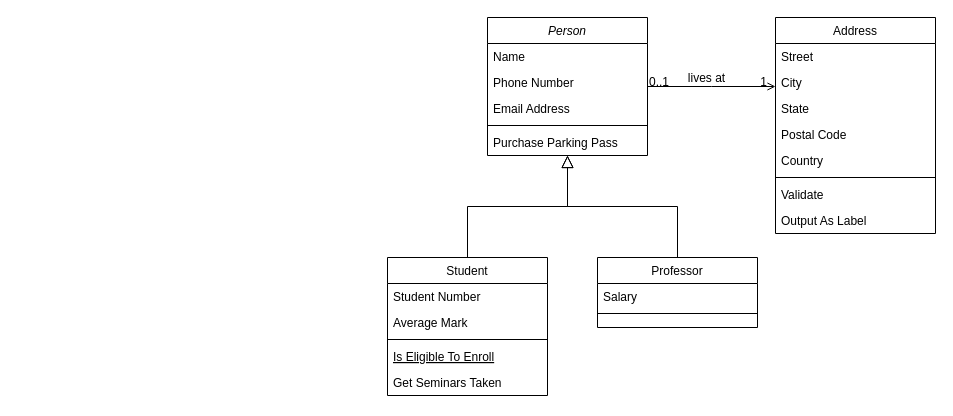
Before: WebservClassDesign.drawio in Webserver-42/classDesign, a draw.io diagram. Source tidied: cells renumbered, new cells numbered last; positions are measured from the earlier drawing's top-left corner, leaving out a move shared by most shapes. Both pictures are drawn from the tidied source at 100%, with x=0, y=0 at pixel (387, 17).
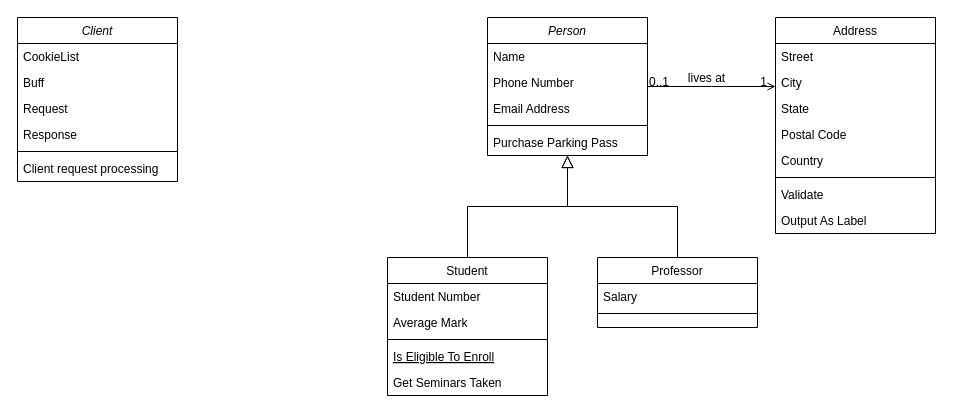
The same page after the edit.

Diff of the diagram source:
```diff
@@
+    <mxCell id="32" value="Client" style="swimlane;fontStyle=2;align=center;verticalAlign=top;horizontal=1;startSize=26;rounded=0;shadow=0;strokeWidth=1;" parent="1" vertex="1">
+      <mxGeometry x="-370" width="160" height="164" as="geometry" />
+    </mxCell>
+    <mxCell id="33" value="CookieList" style="text;align=left;verticalAlign=top;spacingLeft=4;spacingRight=4;overflow=hidden;" parent="32" vertex="1">
+      <mxGeometry y="26" width="160" height="26" as="geometry" />
+    </mxCell>
+    <mxCell id="34" value="Buff" style="text;align=left;verticalAlign=top;spacingLeft=4;spacingRight=4;overflow=hidden;rounded=0;shadow=0;html=0;" parent="32" vertex="1">
+      <mxGeometry y="52" width="160" height="26" as="geometry" />
+    </mxCell>
+    <mxCell id="35" value="Request" style="text;align=left;verticalAlign=top;spacingLeft=4;spacingRight=4;overflow=hidden;rounded=0;shadow=0;html=0;" parent="32" vertex="1">
+      <mxGeometry y="78" width="160" height="26" as="geometry" />
+    </mxCell>
+    <mxCell id="36" value="Response" style="text;align=left;verticalAlign=top;spacingLeft=4;spacingRight=4;overflow=hidden;rounded=0;shadow=0;html=0;" parent="32" vertex="1">
+      <mxGeometry y="104" width="160" height="26" as="geometry" />
+    </mxCell>
+    <mxCell id="37" style="line;html=1;strokeWidth=1;align=left;verticalAlign=middle;spacingTop=-1;spacingLeft=3;spacingRight=3;labelPosition=right;" parent="32" vertex="1">
+      <mxGeometry y="130" width="160" height="8" as="geometry" />
+    </mxCell>
+    <mxCell id="38" value="Client request processing" style="text;align=left;verticalAlign=top;spacingLeft=4;spacingRight=4;overflow=hidden;" parent="32" vertex="1">
+      <mxGeometry y="138" width="160" height="26" as="geometry" />
+    </mxCell>
```
